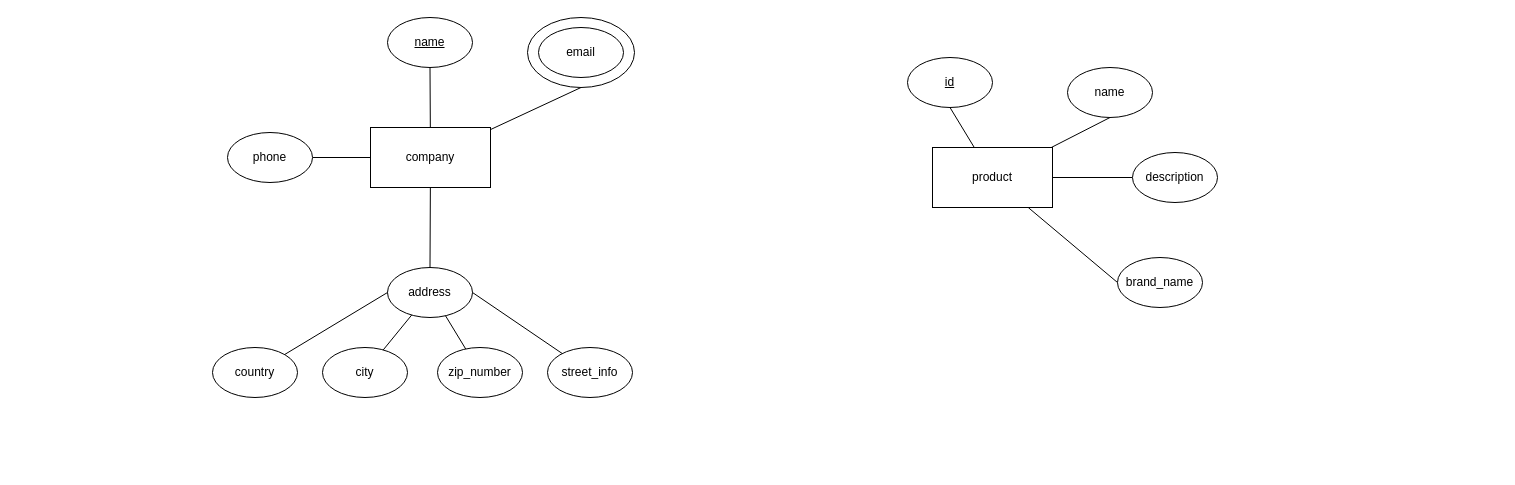
semwett0301/db_homework keeps this draw.io diagram as docs/er.drawio. Above is the earlier version. Source tidied: cells renumbered, new cells numbered last; positions are measured from the earlier drawing's top-left corner, leaving out a move shared by most shapes. Both pictures are drawn from the tidied source at 100%, with x=0, y=0 at pixel (212, 17).
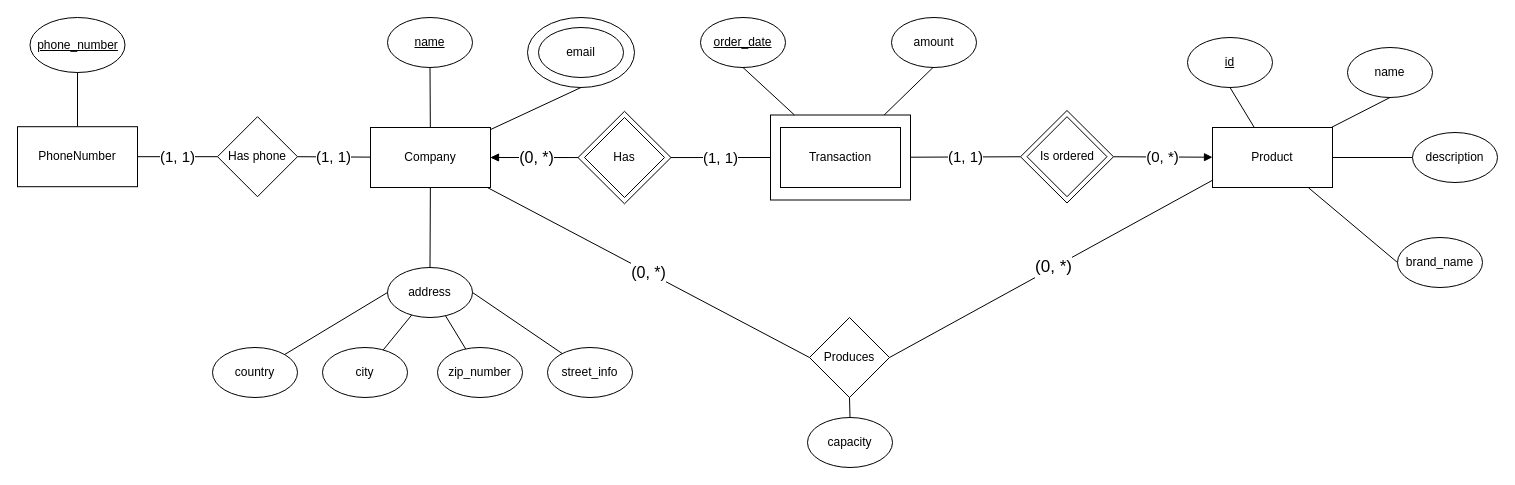
Above is the later version.

Diff of the diagram source:
```diff
@@
+    <mxCell id="30" value="&lt;font style=&quot;font-size: 17px;&quot;&gt;(0, *)&lt;/font&gt;" style="rounded=0;jettySize=auto;html=1;entryX=1;entryY=0.5;entryDx=0;entryDy=0;endArrow=none;endFill=0;" parent="1" edge="1" target="36">
+      <mxGeometry relative="1" as="geometry">
+        <mxPoint x="1005" y="160" as="sourcePoint" />
+      </mxGeometry>
+    </mxCell>
+    <mxCell id="31" value="&lt;font style=&quot;font-size: 15px;&quot;&gt;(0, *)&lt;/font&gt;" style="rounded=0;jettySize=auto;html=1;entryX=1;entryY=0.5;entryDx=0;entryDy=0;endArrow=none;endFill=0;startArrow=block;startFill=1;" parent="1" edge="1" source="6" target="49">
+      <mxGeometry relative="1" as="geometry" />
+    </mxCell>
-    <mxCell id="6" value="product" style="rounded=0;whiteSpace=wrap;html=1;" parent="1" vertex="1">
-      <mxGeometry x="720" y="130" width="120" height="60" as="geometry" />
+    <mxCell id="6" value="Product" style="rounded=0;whiteSpace=wrap;html=1;" parent="1" vertex="1">
+      <mxGeometry x="1000" y="110" width="120" height="60" as="geometry" />
     </mxCell>
     <mxCell id="7" value="&lt;u&gt;id&lt;/u&gt;" style="ellipse;whiteSpace=wrap;html=1;" parent="1" vertex="1">
-      <mxGeometry x="695" y="40" width="85" height="50" as="geometry" />
+      <mxGeometry x="975" y="20" width="85" height="50" as="geometry" />
     </mxCell>
     <mxCell id="8" value="name" style="ellipse;whiteSpace=wrap;html=1;" parent="1" vertex="1">
-      <mxGeometry x="855" y="50" width="85" height="50" as="geometry" />
+      <mxGeometry x="1135" y="30" width="85" height="50" as="geometry" />
     </mxCell>
     <mxCell id="9" value="description" style="ellipse;whiteSpace=wrap;html=1;" parent="1" vertex="1">
-      <mxGeometry x="920" y="135" width="85" height="50" as="geometry" />
+      <mxGeometry x="1200" y="115" width="85" height="50" as="geometry" />
     </mxCell>
     <mxCell id="10" value="brand_name" style="ellipse;whiteSpace=wrap;html=1;" parent="1" vertex="1">
-      <mxGeometry x="905" y="240" width="85" height="50" as="geometry" />
+      <mxGeometry x="1185" y="220" width="85" height="50" as="geometry" />
     </mxCell>
@@
-    <mxCell id="13" style="rounded=0;jettySize=auto;html=1;entryX=1;entryY=0.5;entryDx=0;entryDy=0;endArrow=none;endFill=0;" parent="1" edge="1" source="15" target="26">
-      <mxGeometry relative="1" as="geometry" />
-    </mxCell>
@@
+    <mxCell id="32" value="&lt;font style=&quot;font-size: 16px;&quot;&gt;(0, *)&lt;/font&gt;" style="rounded=0;jettySize=auto;html=1;entryX=0;entryY=0.5;entryDx=0;entryDy=0;endArrow=none;endFill=0;" parent="1" edge="1" source="15" target="36">
+      <mxGeometry relative="1" as="geometry" />
+    </mxCell>
+    <mxCell id="33" style="rounded=0;jettySize=auto;html=1;entryX=0;entryY=0.5;entryDx=0;entryDy=0;endArrow=none;endFill=0;startArrow=openThin;startFill=0;" parent="1" edge="1" source="15" target="46">
+      <mxGeometry relative="1" as="geometry" />
+    </mxCell>
+    <mxCell id="34" value="&lt;font style=&quot;font-size: 15px;&quot;&gt;(1, 1)&lt;/font&gt;" style="rounded=0;jettySize=auto;html=1;entryX=1;entryY=0.5;entryDx=0;entryDy=0;endArrow=none;endFill=0;" parent="1" edge="1" source="15" target="57">
+      <mxGeometry x="0.01" relative="1" as="geometry" />
+    </mxCell>
-    <mxCell id="15" value="company" style="rounded=0;whiteSpace=wrap;html=1;" parent="1" vertex="1">
+    <mxCell id="15" value="Company" style="rounded=0;whiteSpace=wrap;html=1;" parent="1" vertex="1">
       <mxGeometry x="158" y="110" width="120" height="60" as="geometry" />
     </mxCell>
@@
-    <mxCell id="26" value="phone" style="ellipse;whiteSpace=wrap;html=1;fontStyle=0;" parent="1" vertex="1">
-      <mxGeometry x="15" y="115" width="85" height="50" as="geometry" />
+    <mxCell id="26" value="phone_number" style="ellipse;whiteSpace=wrap;html=1;fontStyle=4;" parent="1" vertex="1">
+      <mxGeometry x="-182.5" width="95" height="55" as="geometry" />
     </mxCell>
@@
+    <mxCell id="35" style="rounded=0;jettySize=auto;html=1;entryX=0.5;entryY=0;entryDx=0;entryDy=0;exitX=0.5;exitY=1;exitDx=0;exitDy=0;endArrow=none;endFill=0;" parent="1" edge="1" source="36" target="37">
+      <mxGeometry relative="1" as="geometry" />
+    </mxCell>
+    <mxCell id="36" value="Produces" style="rhombus;whiteSpace=wrap;html=1;" parent="1" vertex="1">
+      <mxGeometry x="597" y="300" width="80" height="80" as="geometry" />
+    </mxCell>
+    <mxCell id="37" value="capacity" style="ellipse;whiteSpace=wrap;html=1;" parent="1" vertex="1">
+      <mxGeometry x="595" y="400" width="85" height="50" as="geometry" />
+    </mxCell>
+    <mxCell id="38" style="group;" parent="1" vertex="1">
+      <mxGeometry x="558" y="97.5" width="140" height="85" as="geometry" />
+    </mxCell>
+    <mxCell id="39" style="rounded=0;whiteSpace=wrap;html=1;" parent="38" vertex="1">
+      <mxGeometry width="140" height="85" as="geometry" />
+    </mxCell>
+    <mxCell id="40" value="Transaction" style="rounded=0;whiteSpace=wrap;html=1;" parent="38" vertex="1">
+      <mxGeometry x="10" y="12.5" width="120" height="60" as="geometry" />
+    </mxCell>
+    <mxCell id="41" value="order_date" style="ellipse;whiteSpace=wrap;html=1;fontStyle=4;" parent="1" vertex="1">
+      <mxGeometry x="488" width="85" height="50" as="geometry" />
+    </mxCell>
+    <mxCell id="42" value="amount" style="ellipse;whiteSpace=wrap;html=1;" parent="1" vertex="1">
+      <mxGeometry x="679" width="85" height="50" as="geometry" />
+    </mxCell>
+    <mxCell id="43" style="rounded=0;jettySize=auto;html=1;entryX=0.5;entryY=1;entryDx=0;entryDy=0;endArrow=none;endFill=0;" parent="1" edge="1" source="39" target="41">
+      <mxGeometry relative="1" as="geometry" />
+    </mxCell>
+    <mxCell id="44" style="rounded=0;jettySize=auto;html=1;entryX=0.5;entryY=1;entryDx=0;entryDy=0;endArrow=none;endFill=0;" parent="1" edge="1" source="39">
+      <mxGeometry relative="1" as="geometry">
+        <mxPoint x="720.5" y="50" as="targetPoint" />
+      </mxGeometry>
+    </mxCell>
+    <mxCell id="45" style="group;" parent="1" vertex="1">
+      <mxGeometry x="365.5" y="93.8" width="93" height="92.5" as="geometry" />
+    </mxCell>
+    <mxCell id="46" style="rhombus;whiteSpace=wrap;html=1;" parent="45" vertex="1">
+      <mxGeometry width="93" height="92.5" as="geometry" />
+    </mxCell>
+    <mxCell id="47" value="Has" style="rhombus;whiteSpace=wrap;html=1;" parent="45" vertex="1">
+      <mxGeometry x="6.5" y="6.2" width="80" height="80" as="geometry" />
+    </mxCell>
+    <mxCell id="48" style="group;" parent="1" vertex="1">
+      <mxGeometry x="808" y="93" width="93" height="92.5" as="geometry" />
+    </mxCell>
+    <mxCell id="49" style="rhombus;whiteSpace=wrap;html=1;" parent="48" vertex="1">
+      <mxGeometry width="93" height="92.5" as="geometry" />
+    </mxCell>
+    <mxCell id="50" value="Is ordered" style="rhombus;whiteSpace=wrap;html=1;" parent="48" vertex="1">
+      <mxGeometry x="6.5" y="6.2" width="80" height="80" as="geometry" />
+    </mxCell>
+    <mxCell id="51" value="&lt;font style=&quot;font-size: 15px;&quot;&gt;(1, 1)&lt;/font&gt;" style="rounded=0;jettySize=auto;html=1;endArrow=none;endFill=0;entryX=1;entryY=0.5;entryDx=0;entryDy=0;exitX=0;exitY=0.5;exitDx=0;exitDy=0;" parent="1" edge="1" source="39" target="46">
+      <mxGeometry relative="1" as="geometry" />
+    </mxCell>
+    <mxCell id="52" value="&lt;font style=&quot;font-size: 15px;&quot;&gt;(1, 1)&lt;/font&gt;" style="rounded=0;jettySize=auto;html=1;entryX=0;entryY=0.5;entryDx=0;entryDy=0;endArrow=none;endFill=0;" parent="1" edge="1" source="39" target="49">
+      <mxGeometry relative="1" as="geometry" />
+    </mxCell>
+    <mxCell id="53" value="&lt;font style=&quot;font-size: 16px;&quot;&gt;(0, *)&lt;/font&gt;" style="edgeStyle=orthogonalEdgeStyle;rounded=0;jettySize=auto;html=1;endArrow=block;endFill=1;" parent="1" edge="1" target="15">
+      <mxGeometry x="-0.22" relative="1" as="geometry">
+        <mxPoint x="355" y="140" as="sourcePoint" />
+        <Array as="points">
+          <mxPoint x="325" y="140" />
+          <mxPoint x="325" y="140" />
+        </Array>
+        <mxPoint x="-1" as="offset" />
+      </mxGeometry>
+    </mxCell>
+    <mxCell id="54" style="edgeStyle=orthogonalEdgeStyle;rounded=0;jettySize=auto;html=1;entryX=0.5;entryY=1;entryDx=0;entryDy=0;endArrow=none;endFill=0;" parent="1" edge="1" source="56" target="26">
+      <mxGeometry relative="1" as="geometry" />
+    </mxCell>
+    <mxCell id="55" value="&lt;font style=&quot;font-size: 15px;&quot;&gt;(1, 1)&lt;/font&gt;" style="rounded=0;jettySize=auto;html=1;entryX=0;entryY=0.5;entryDx=0;entryDy=0;endArrow=none;endFill=0;" parent="1" edge="1" source="56" target="57">
+      <mxGeometry relative="1" as="geometry" />
+    </mxCell>
+    <mxCell id="56" value="PhoneNumber" style="rounded=0;whiteSpace=wrap;html=1;" parent="1" vertex="1">
+      <mxGeometry x="-195" y="109.2" width="120" height="60" as="geometry" />
+    </mxCell>
+    <mxCell id="57" value="Has phone" style="rhombus;whiteSpace=wrap;html=1;" parent="1" vertex="1">
+      <mxGeometry x="5" y="99.2" width="80" height="80" as="geometry" />
+    </mxCell>
```
